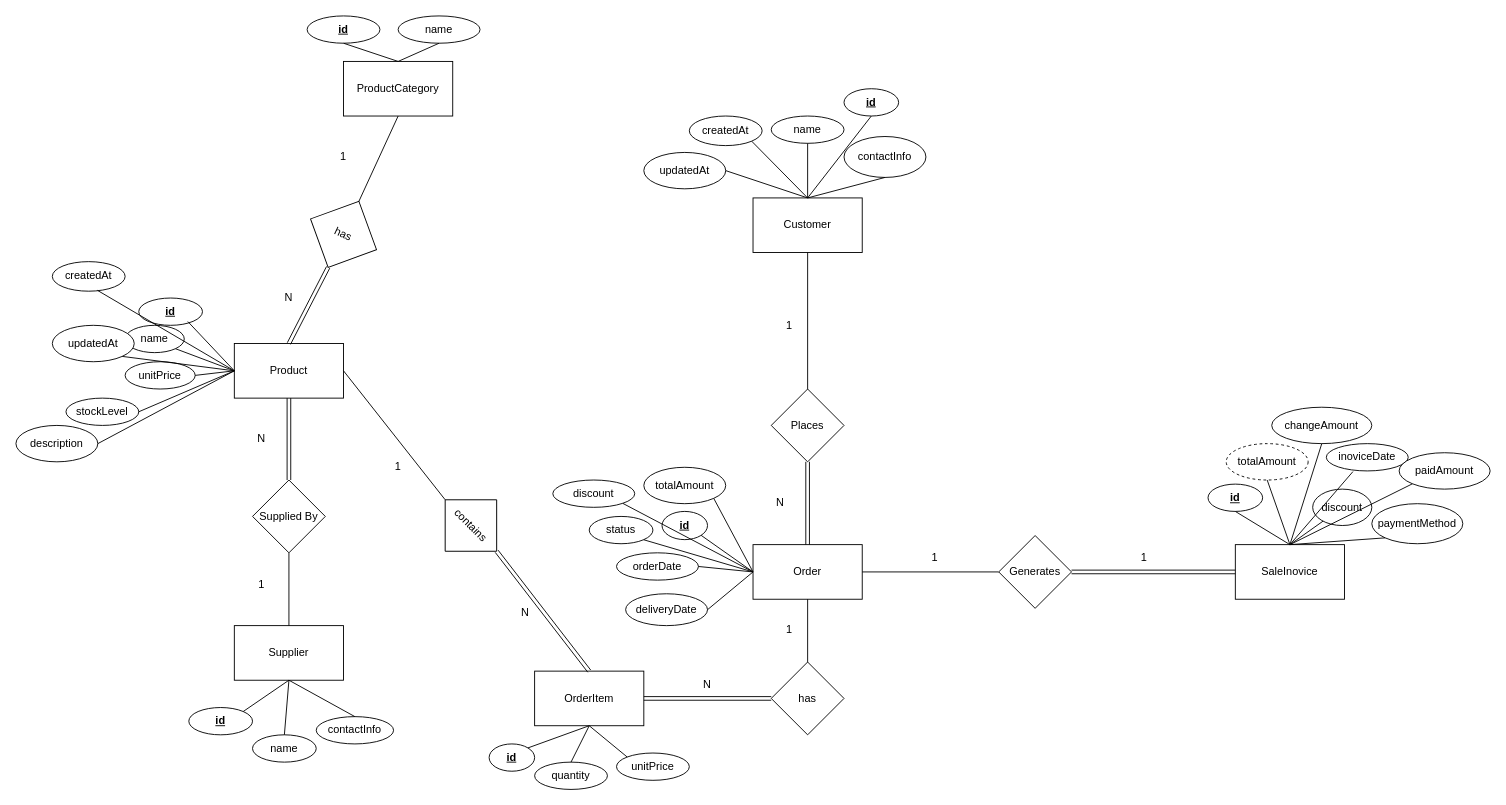
The draw.io diagram Er Diagram - POS.drawio in firstone6408/KKU-SoftwareDesign-Project-POS, before the edit. Source tidied: cells renumbered, new cells numbered last; positions are measured from the earlier drawing's top-left corner, leaving out a move shared by most shapes. Both pictures are drawn from the tidied source at 91%, with x=0, y=0 at pixel (15, 15).
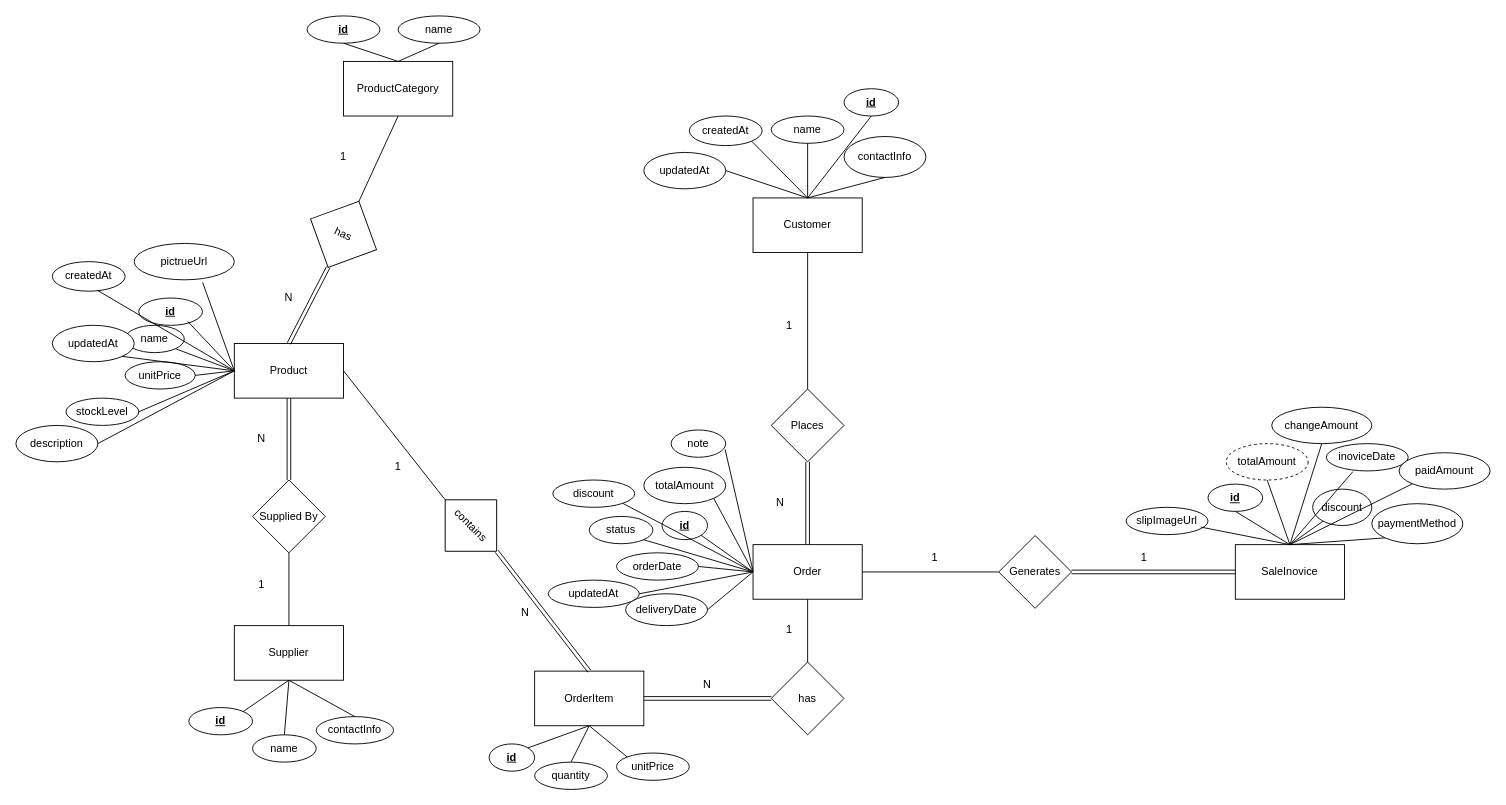
The same diagram, later.

Unchanged cells that the change refers to:
```xml
<mxCell id="3" value="Product" style="rounded=0;whiteSpace=wrap;html=1;" parent="1" vertex="1">
  <mxGeometry x="240" y="360" width="120" height="60" as="geometry" />
</mxCell>
<mxCell id="5" value="Order" style="rounded=0;whiteSpace=wrap;html=1;" parent="1" vertex="1">
  <mxGeometry x="810" y="581" width="120" height="60" as="geometry" />
</mxCell>
<mxCell id="7" value="SaleInovice" style="rounded=0;whiteSpace=wrap;html=1;" parent="1" vertex="1">
  <mxGeometry x="1340" y="581" width="120" height="60" as="geometry" />
</mxCell>
```

Diff of the diagram source:
```diff
@@
+    <mxCell id="105" value="updatedAt" style="ellipse;whiteSpace=wrap;html=1;" parent="1" vertex="1">
+      <mxGeometry x="585" y="620" width="100" height="30" as="geometry" />
+    </mxCell>
+    <mxCell id="106" style="endArrow=none;html=1;exitX=0;exitY=0.5;exitDx=0;exitDy=0;entryX=1;entryY=0.5;entryDx=0;entryDy=0;" parent="1" edge="1" source="5" target="105">
+      <mxGeometry relative="1" as="geometry" />
+    </mxCell>
+    <mxCell id="107" value="note" style="ellipse;whiteSpace=wrap;html=1;" parent="1" vertex="1">
+      <mxGeometry x="720" y="455" width="60" height="30" as="geometry" />
+    </mxCell>
+    <mxCell id="108" style="endArrow=none;html=1;exitX=0.989;exitY=0.711;exitDx=0;exitDy=0;exitPerimeter=0;" parent="1" edge="1" source="107">
+      <mxGeometry relative="1" as="geometry">
+        <mxPoint x="810" y="610" as="targetPoint" />
+      </mxGeometry>
+    </mxCell>
+    <mxCell id="109" value="pictrueUrl" style="ellipse;whiteSpace=wrap;html=1;" parent="1" vertex="1">
+      <mxGeometry x="130" y="250" width="110" height="40" as="geometry" />
+    </mxCell>
+    <mxCell id="110" style="endArrow=none;html=1;exitX=0;exitY=0.5;exitDx=0;exitDy=0;entryX=0.683;entryY=1.068;entryDx=0;entryDy=0;entryPerimeter=0;" parent="1" edge="1" source="3" target="109">
+      <mxGeometry relative="1" as="geometry" />
+    </mxCell>
+    <mxCell id="111" value="slipImageUrl" style="ellipse;whiteSpace=wrap;html=1;" parent="1" vertex="1">
+      <mxGeometry x="1220" y="540" width="90" height="30" as="geometry" />
+    </mxCell>
+    <mxCell id="112" style="endArrow=none;html=1;exitX=0.5;exitY=0;exitDx=0;exitDy=0;entryX=0.912;entryY=0.723;entryDx=0;entryDy=0;entryPerimeter=0;" parent="1" edge="1" source="7" target="111">
+      <mxGeometry relative="1" as="geometry" />
+    </mxCell>
```
